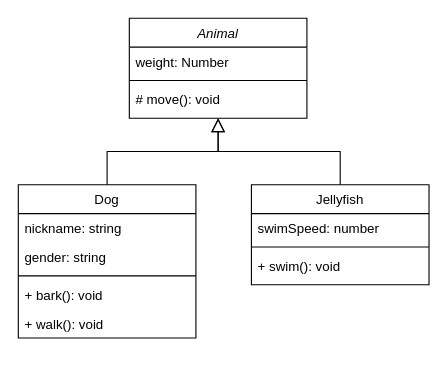
Before: Диаграмма без названия.drawio in Haze272/typescript-course, a draw.io diagram. Source tidied: cells renumbered, new cells numbered last; positions are measured from the earlier drawing's top-left corner, leaving out a move shared by most shapes. Both pictures are drawn from the tidied source at 111%, with x=0, y=0 at pixel (18, 18).
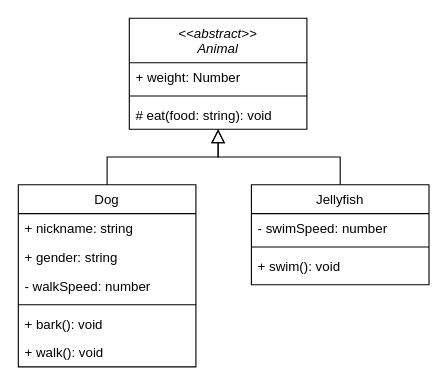
Above is the later version.

Change to the diagram source:
```diff
@@
 <mxGraphModel>
   <root>
     <mxCell id="0" />
     <mxCell id="1" parent="0" />
-    <mxCell id="2" value="Animal" style="swimlane;fontStyle=2;align=center;verticalAlign=top;horizontal=1;startSize=26;rounded=0;shadow=0;strokeWidth=1;" parent="1" vertex="1">
-      <mxGeometry x="100" width="160" height="90" as="geometry" />
+    <mxCell id="2" value="&lt;&lt;abstract&gt;&gt;&#10;Animal" style="swimlane;fontStyle=2;align=center;verticalAlign=top;horizontal=1;startSize=40;rounded=0;shadow=0;strokeWidth=1;" parent="1" vertex="1">
+      <mxGeometry x="100" width="160" height="100" as="geometry" />
     </mxCell>
-    <mxCell id="3" value="weight: Number" style="text;align=left;verticalAlign=top;spacingLeft=4;spacingRight=4;overflow=hidden;" parent="2" vertex="1">
-      <mxGeometry y="26" width="160" height="26" as="geometry" />
+    <mxCell id="3" value="+ weight: Number" style="text;align=left;verticalAlign=top;spacingLeft=4;spacingRight=4;overflow=hidden;" parent="2" vertex="1">
+      <mxGeometry y="40" width="160" height="26" as="geometry" />
     </mxCell>
     <mxCell id="4" style="line;html=1;strokeWidth=1;align=left;verticalAlign=middle;spacingTop=-1;spacingLeft=3;spacingRight=3;labelPosition=right;" parent="2" vertex="1">
-      <mxGeometry y="52" width="160" height="8" as="geometry" />
+      <mxGeometry y="66" width="160" height="8" as="geometry" />
     </mxCell>
-    <mxCell id="5" value="# move(): void " style="text;align=left;verticalAlign=top;spacingLeft=4;spacingRight=4;overflow=hidden;" parent="2" vertex="1">
-      <mxGeometry y="60" width="160" height="26" as="geometry" />
+    <mxCell id="5" value="# eat(food: string): void " style="text;align=left;verticalAlign=top;spacingLeft=4;spacingRight=4;overflow=hidden;" parent="2" vertex="1">
+      <mxGeometry y="74" width="160" height="26" as="geometry" />
     </mxCell>
     <mxCell id="6" value="Dog" style="swimlane;fontStyle=0;align=center;verticalAlign=top;horizontal=1;startSize=26;rounded=0;shadow=0;strokeWidth=1;" parent="1" vertex="1">
-      <mxGeometry y="150" width="160" height="138" as="geometry" />
+      <mxGeometry y="150" width="160" height="164" as="geometry" />
     </mxCell>
-    <mxCell id="7" value="nickname: string" style="text;align=left;verticalAlign=top;spacingLeft=4;spacingRight=4;overflow=hidden;" parent="6" vertex="1">
+    <mxCell id="7" value="+ nickname: string" style="text;align=left;verticalAlign=top;spacingLeft=4;spacingRight=4;overflow=hidden;" parent="6" vertex="1">
       <mxGeometry y="26" width="160" height="26" as="geometry" />
     </mxCell>
+    <mxCell id="18" value="+ gender: string&#10;" style="text;align=left;verticalAlign=top;spacingLeft=4;spacingRight=4;overflow=hidden;" parent="6" vertex="1">
+      <mxGeometry y="52" width="160" height="26" as="geometry" />
+    </mxCell>
-    <mxCell id="8" value="gender: string" style="text;align=left;verticalAlign=top;spacingLeft=4;spacingRight=4;overflow=hidden;" parent="6" vertex="1">
-      <mxGeometry y="52" width="160" height="26" as="geometry" />
+    <mxCell id="8" value="- walkSpeed: number&#10;" style="text;align=left;verticalAlign=top;spacingLeft=4;spacingRight=4;overflow=hidden;" parent="6" vertex="1">
+      <mxGeometry y="78" width="160" height="26" as="geometry" />
     </mxCell>
     <mxCell id="9" style="line;html=1;strokeWidth=1;align=left;verticalAlign=middle;spacingTop=-1;spacingLeft=3;spacingRight=3;labelPosition=right;" parent="6" vertex="1">
-      <mxGeometry y="78" width="160" height="8" as="geometry" />
+      <mxGeometry y="104" width="160" height="8" as="geometry" />
     </mxCell>
     <mxCell id="10" value="+ bark(): void" style="text;align=left;verticalAlign=top;spacingLeft=4;spacingRight=4;overflow=hidden;" parent="6" vertex="1">
-      <mxGeometry y="86" width="160" height="26" as="geometry" />
+      <mxGeometry y="112" width="160" height="26" as="geometry" />
     </mxCell>
     <mxCell id="11" value="+ walk(): void" style="text;align=left;verticalAlign=top;spacingLeft=4;spacingRight=4;overflow=hidden;" parent="6" vertex="1">
-      <mxGeometry y="112" width="160" height="26" as="geometry" />
+      <mxGeometry y="138" width="160" height="26" as="geometry" />
     </mxCell>
     <mxCell id="12" style="endArrow=block;endSize=10;endFill=0;shadow=0;strokeWidth=1;rounded=0;edgeStyle=elbowEdgeStyle;elbow=vertical;" parent="1" edge="1" source="6" target="2">
       <mxGeometry relative="1" as="geometry" />
     </mxCell>
     <mxCell id="13" value="Jellyfish" style="swimlane;fontStyle=0;align=center;verticalAlign=top;horizontal=1;startSize=26;rounded=0;shadow=0;strokeWidth=1;" parent="1" vertex="1">
       <mxGeometry x="210" y="150" width="160" height="90" as="geometry" />
     </mxCell>
-    <mxCell id="14" value="swimSpeed: number" style="text;align=left;verticalAlign=top;spacingLeft=4;spacingRight=4;overflow=hidden;" parent="13" vertex="1">
+    <mxCell id="14" value="- swimSpeed: number" style="text;align=left;verticalAlign=top;spacingLeft=4;spacingRight=4;overflow=hidden;" parent="13" vertex="1">
       <mxGeometry y="26" width="160" height="26" as="geometry" />
     </mxCell>
     <mxCell id="15" style="line;html=1;strokeWidth=1;align=left;verticalAlign=middle;spacingTop=-1;spacingLeft=3;spacingRight=3;labelPosition=right;" parent="13" vertex="1">
       <mxGeometry y="52" width="160" height="8" as="geometry" />
     </mxCell>
     <mxCell id="16" value="+ swim(): void" style="text;align=left;verticalAlign=top;spacingLeft=4;spacingRight=4;overflow=hidden;" parent="13" vertex="1">
       <mxGeometry y="60" width="160" height="26" as="geometry" />
     </mxCell>
     <mxCell id="17" style="endArrow=block;endSize=10;endFill=0;shadow=0;strokeWidth=1;rounded=0;edgeStyle=elbowEdgeStyle;elbow=vertical;" parent="1" edge="1" source="13" target="2">
       <mxGeometry relative="1" as="geometry" />
     </mxCell>
   </root>
 </mxGraphModel>
```
